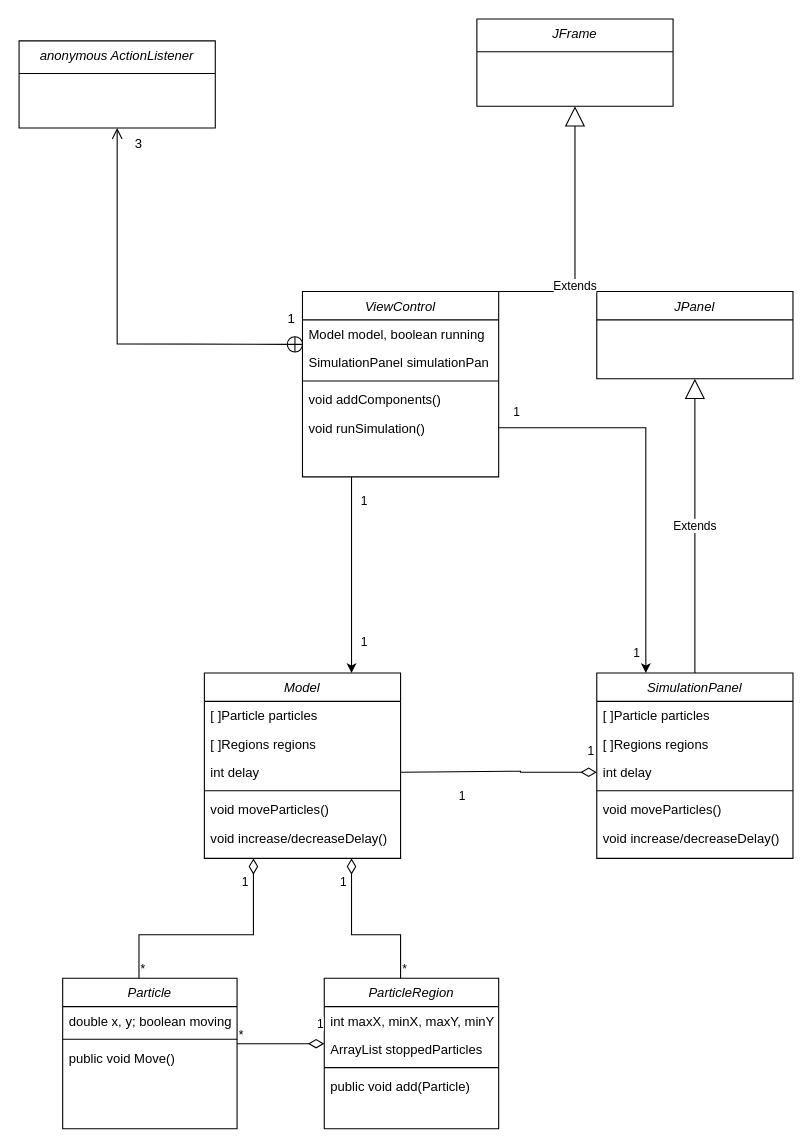
Earlier version of the draw.io diagram ProjectDD1385.drawio (Johtli/Hello-world). Source tidied: cells renumbered, new cells numbered last; positions are measured from the earlier drawing's top-left corner, leaving out a move shared by most shapes. Both pictures are drawn from the tidied source at 109%, with x=0, y=0 at pixel (19, 19).
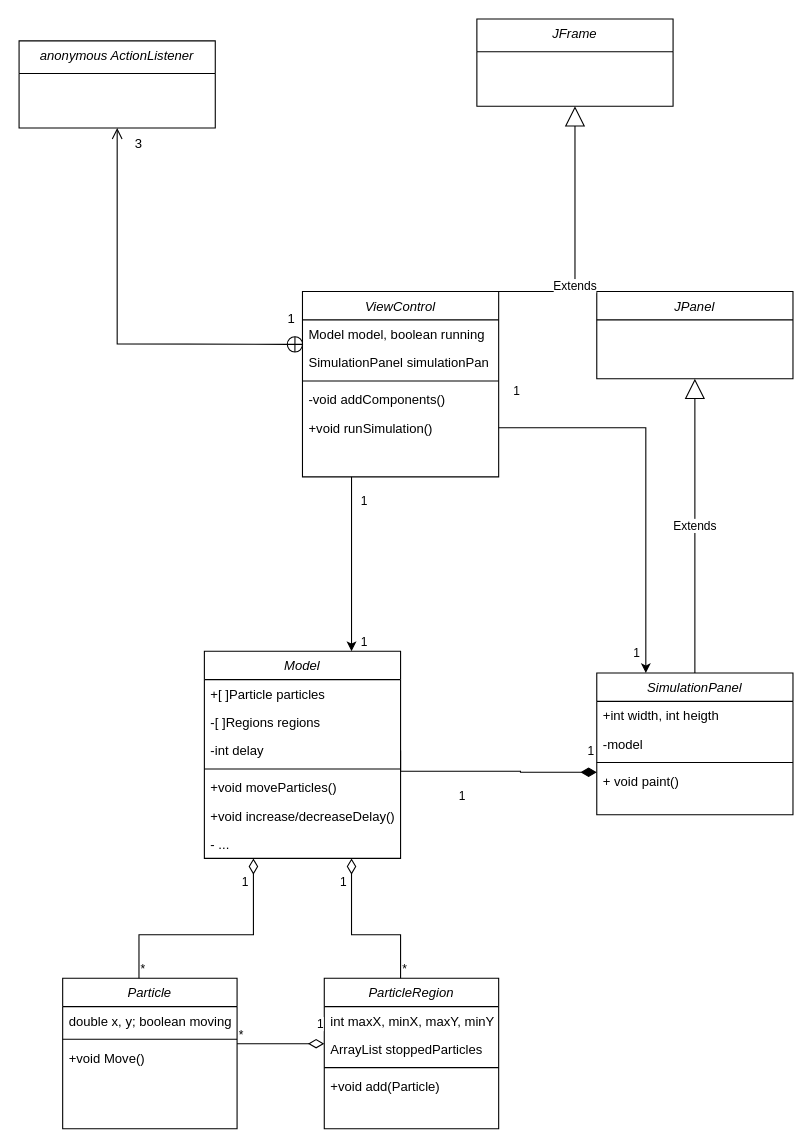
Above is the later version.

The change refers to these unchanged cells:
```xml
<mxCell id="2" value="Particle&#10;" style="swimlane;fontStyle=2;align=center;verticalAlign=top;horizontal=1;startSize=26;rounded=0;shadow=0;strokeWidth=1;" parent="1" vertex="1">
  <mxGeometry x="40" y="880" width="160" height="138" as="geometry" />
</mxCell>
<mxCell id="9" value="ParticleRegion" style="swimlane;fontStyle=2;align=center;verticalAlign=top;horizontal=1;startSize=26;rounded=0;shadow=0;strokeWidth=1;" parent="1" vertex="1">
  <mxGeometry x="280" y="880" width="160" height="138" as="geometry" />
</mxCell>
<mxCell id="38" value="ViewControl" style="swimlane;fontStyle=2;align=center;verticalAlign=top;horizontal=1;startSize=26;rounded=0;shadow=0;strokeWidth=1;" parent="1" vertex="1">
  <mxGeometry x="260" y="250" width="180" height="170" as="geometry" />
</mxCell>
```

What changed in the source:
```diff
@@
-    <mxCell id="8" value="public void Move()" style="text;align=left;verticalAlign=top;spacingLeft=4;spacingRight=4;overflow=hidden;" parent="2" vertex="1">
+    <mxCell id="8" value="+void Move()" style="text;align=left;verticalAlign=top;spacingLeft=4;spacingRight=4;overflow=hidden;" parent="2" vertex="1">
       <mxGeometry y="60" width="160" height="26" as="geometry" />
     </mxCell>
@@
-    <mxCell id="13" value="public void add(Particle)" style="text;align=left;verticalAlign=top;spacingLeft=4;spacingRight=4;overflow=hidden;" parent="9" vertex="1">
+    <mxCell id="13" value="+void add(Particle)" style="text;align=left;verticalAlign=top;spacingLeft=4;spacingRight=4;overflow=hidden;" parent="9" vertex="1">
       <mxGeometry y="86" width="160" height="26" as="geometry" />
     </mxCell>
@@
     <mxCell id="17" value="Model&#10;" style="swimlane;fontStyle=2;align=center;verticalAlign=top;horizontal=1;startSize=26;rounded=0;shadow=0;strokeWidth=1;" parent="1" vertex="1">
-      <mxGeometry x="170" y="600" width="180" height="170" as="geometry" />
+      <mxGeometry x="170" y="580" width="180" height="190" as="geometry" />
     </mxCell>
-    <mxCell id="18" value="[ ]Particle particles" style="text;align=left;verticalAlign=top;spacingLeft=4;spacingRight=4;overflow=hidden;" parent="17" vertex="1">
+    <mxCell id="18" value="+[ ]Particle particles" style="text;align=left;verticalAlign=top;spacingLeft=4;spacingRight=4;overflow=hidden;" parent="17" vertex="1">
       <mxGeometry y="26" width="180" height="26" as="geometry" />
     </mxCell>
-    <mxCell id="19" value="[ ]Regions regions&#10;" style="text;align=left;verticalAlign=top;spacingLeft=4;spacingRight=4;overflow=hidden;rounded=0;shadow=0;html=0;" parent="17" vertex="1">
+    <mxCell id="19" value="-[ ]Regions regions&#10;" style="text;align=left;verticalAlign=top;spacingLeft=4;spacingRight=4;overflow=hidden;rounded=0;shadow=0;html=0;" parent="17" vertex="1">
       <mxGeometry y="52" width="180" height="26" as="geometry" />
     </mxCell>
-    <mxCell id="20" value="int delay" style="text;align=left;verticalAlign=top;spacingLeft=4;spacingRight=4;overflow=hidden;points=[[0,0.5],[1,0.5]];portConstraint=eastwest;rounded=0;shadow=0;html=0;" parent="17" vertex="1">
+    <mxCell id="20" value="-int delay" style="text;align=left;verticalAlign=top;spacingLeft=4;spacingRight=4;overflow=hidden;points=[[0,0.5],[1,0.5]];portConstraint=eastwest;rounded=0;shadow=0;html=0;" parent="17" vertex="1">
       <mxGeometry y="78" width="180" height="26" as="geometry" />
     </mxCell>
@@
-    <mxCell id="22" value="void moveParticles()" style="text;align=left;verticalAlign=top;spacingLeft=4;spacingRight=4;overflow=hidden;" parent="17" vertex="1">
+    <mxCell id="22" value="+void moveParticles()" style="text;align=left;verticalAlign=top;spacingLeft=4;spacingRight=4;overflow=hidden;" parent="17" vertex="1">
       <mxGeometry y="112" width="180" height="26" as="geometry" />
     </mxCell>
-    <mxCell id="23" value="void increase/decreaseDelay()" style="text;align=left;verticalAlign=top;spacingLeft=4;spacingRight=4;overflow=hidden;" parent="17" vertex="1">
+    <mxCell id="23" value="+void increase/decreaseDelay()" style="text;align=left;verticalAlign=top;spacingLeft=4;spacingRight=4;overflow=hidden;" parent="17" vertex="1">
       <mxGeometry y="138" width="180" height="26" as="geometry" />
     </mxCell>
+    <mxCell id="57" value="- ... " style="text;align=left;verticalAlign=top;spacingLeft=4;spacingRight=4;overflow=hidden;" parent="17" vertex="1">
+      <mxGeometry y="164" width="180" height="26" as="geometry" />
+    </mxCell>
@@
     <mxCell id="27" value="SimulationPanel&#10;" style="swimlane;fontStyle=2;align=center;verticalAlign=top;horizontal=1;startSize=26;rounded=0;shadow=0;strokeWidth=1;" parent="1" vertex="1">
-      <mxGeometry x="530" y="600" width="180" height="170" as="geometry" />
+      <mxGeometry x="530" y="600" width="180" height="130" as="geometry" />
     </mxCell>
-    <mxCell id="28" value="[ ]Particle particles" style="text;align=left;verticalAlign=top;spacingLeft=4;spacingRight=4;overflow=hidden;" parent="27" vertex="1">
+    <mxCell id="28" value="+int width, int heigth" style="text;align=left;verticalAlign=top;spacingLeft=4;spacingRight=4;overflow=hidden;" parent="27" vertex="1">
       <mxGeometry y="26" width="180" height="26" as="geometry" />
     </mxCell>
-    <mxCell id="29" value="[ ]Regions regions&#10;" style="text;align=left;verticalAlign=top;spacingLeft=4;spacingRight=4;overflow=hidden;rounded=0;shadow=0;html=0;" parent="27" vertex="1">
+    <mxCell id="29" value="-model" style="text;align=left;verticalAlign=top;spacingLeft=4;spacingRight=4;overflow=hidden;rounded=0;shadow=0;html=0;" parent="27" vertex="1">
       <mxGeometry y="52" width="180" height="26" as="geometry" />
     </mxCell>
-    <mxCell id="30" value="int delay" style="text;align=left;verticalAlign=top;spacingLeft=4;spacingRight=4;overflow=hidden;points=[[0,0.5],[1,0.5]];portConstraint=eastwest;rounded=0;shadow=0;html=0;" parent="27" vertex="1">
-      <mxGeometry y="78" width="180" height="26" as="geometry" />
-    </mxCell>
     <mxCell id="31" style="line;html=1;strokeWidth=1;align=left;verticalAlign=middle;spacingTop=-1;spacingLeft=3;spacingRight=3;labelPosition=right;" parent="27" vertex="1">
-      <mxGeometry y="104" width="180" height="8" as="geometry" />
+      <mxGeometry y="78" width="180" height="8" as="geometry" />
     </mxCell>
-    <mxCell id="32" value="void moveParticles()" style="text;align=left;verticalAlign=top;spacingLeft=4;spacingRight=4;overflow=hidden;" parent="27" vertex="1">
-      <mxGeometry y="112" width="180" height="26" as="geometry" />
+    <mxCell id="32" value="+ void paint()" style="text;align=left;verticalAlign=top;spacingLeft=4;spacingRight=4;overflow=hidden;" parent="27" vertex="1">
+      <mxGeometry y="86" width="180" height="26" as="geometry" />
     </mxCell>
-    <mxCell id="33" value="void increase/decreaseDelay()" style="text;align=left;verticalAlign=top;spacingLeft=4;spacingRight=4;overflow=hidden;" parent="27" vertex="1">
-      <mxGeometry y="138" width="180" height="26" as="geometry" />
-    </mxCell>
@@
-    <mxCell id="35" style="endArrow=none;html=1;edgeStyle=orthogonalEdgeStyle;rounded=0;entryX=1;entryY=0.5;entryDx=0;entryDy=0;exitX=0;exitY=0.5;exitDx=0;exitDy=0;endFill=0;endSize=6;startArrow=diamondThin;startFill=0;targetPerimeterSpacing=0;startSize=12;" parent="1" edge="1" source="30" target="20">
+    <mxCell id="35" style="endArrow=none;html=1;edgeStyle=orthogonalEdgeStyle;rounded=0;entryX=1;entryY=0.5;entryDx=0;entryDy=0;exitX=0;exitY=0.5;exitDx=0;exitDy=0;endFill=0;endSize=6;startArrow=diamondThin;startFill=1;targetPerimeterSpacing=0;startSize=12;" parent="1" edge="1" target="20">
       <mxGeometry relative="1" as="geometry">
+        <mxPoint x="530" y="691" as="sourcePoint" />
         <Array as="points">
           <mxPoint x="460" y="691" />
           <mxPoint x="460" y="690" />
         </Array>
       </mxGeometry>
     </mxCell>
@@
-    <mxCell id="42" value="void addComponents()" style="text;align=left;verticalAlign=top;spacingLeft=4;spacingRight=4;overflow=hidden;" parent="38" vertex="1">
+    <mxCell id="42" value="-void addComponents()" style="text;align=left;verticalAlign=top;spacingLeft=4;spacingRight=4;overflow=hidden;" parent="38" vertex="1">
       <mxGeometry y="86" width="180" height="26" as="geometry" />
     </mxCell>
-    <mxCell id="43" value="void runSimulation()" style="text;align=left;verticalAlign=top;spacingLeft=4;spacingRight=4;overflow=hidden;points=[[0,0.5],[1,0.5]];portConstraint=eastwest;" parent="38" vertex="1">
+    <mxCell id="43" value="+void runSimulation()" style="text;align=left;verticalAlign=top;spacingLeft=4;spacingRight=4;overflow=hidden;points=[[0,0.5],[1,0.5]];portConstraint=eastwest;" parent="38" vertex="1">
       <mxGeometry y="112" width="180" height="26" as="geometry" />
     </mxCell>
```
